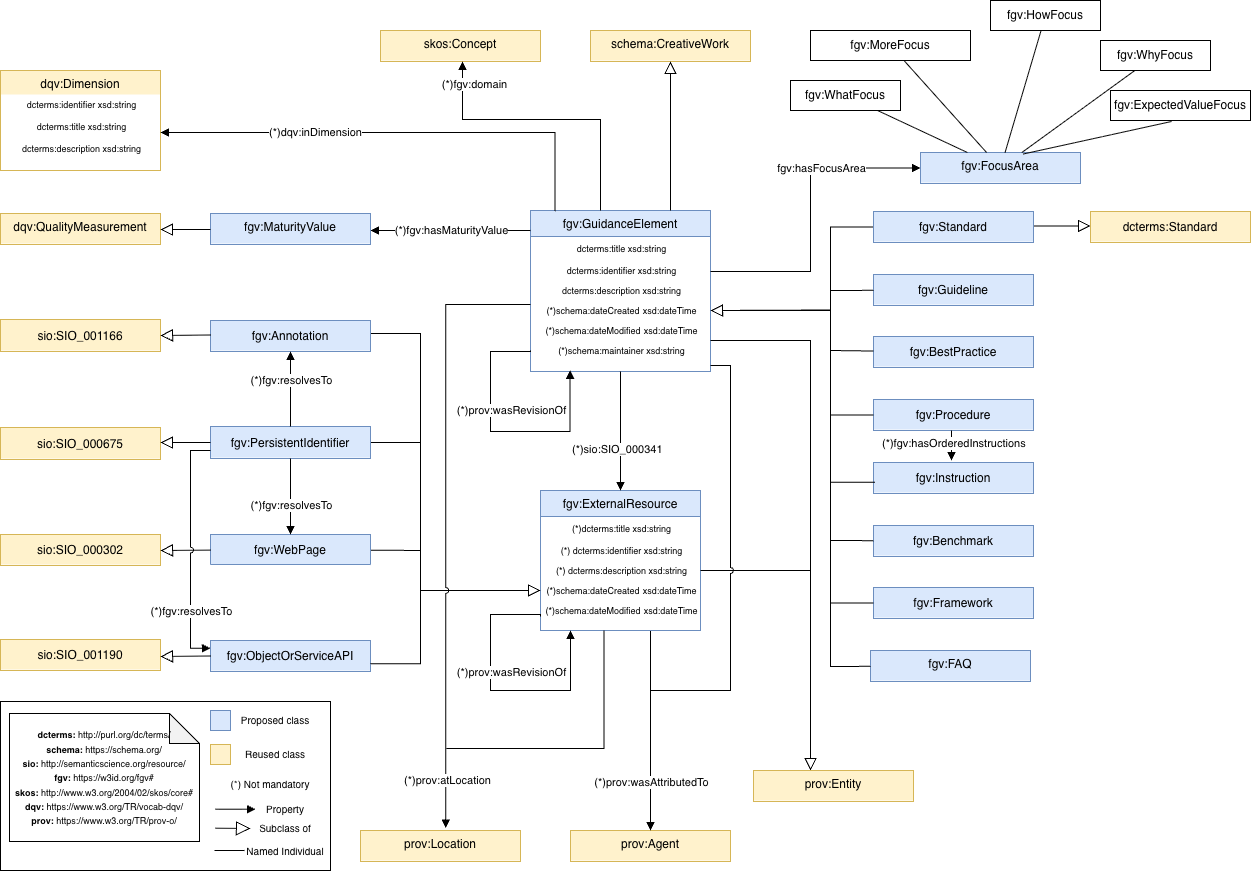
Before: development/img/fgv_class_v100.drawio.png, a diagram exported from draw.io (OSTrails/FAIR-Guidance-Vocabulary). Source tidied: cells renumbered, new cells last; positions are measured from the earlier drawing's top-left corner, leaving out a move shared by most shapes.
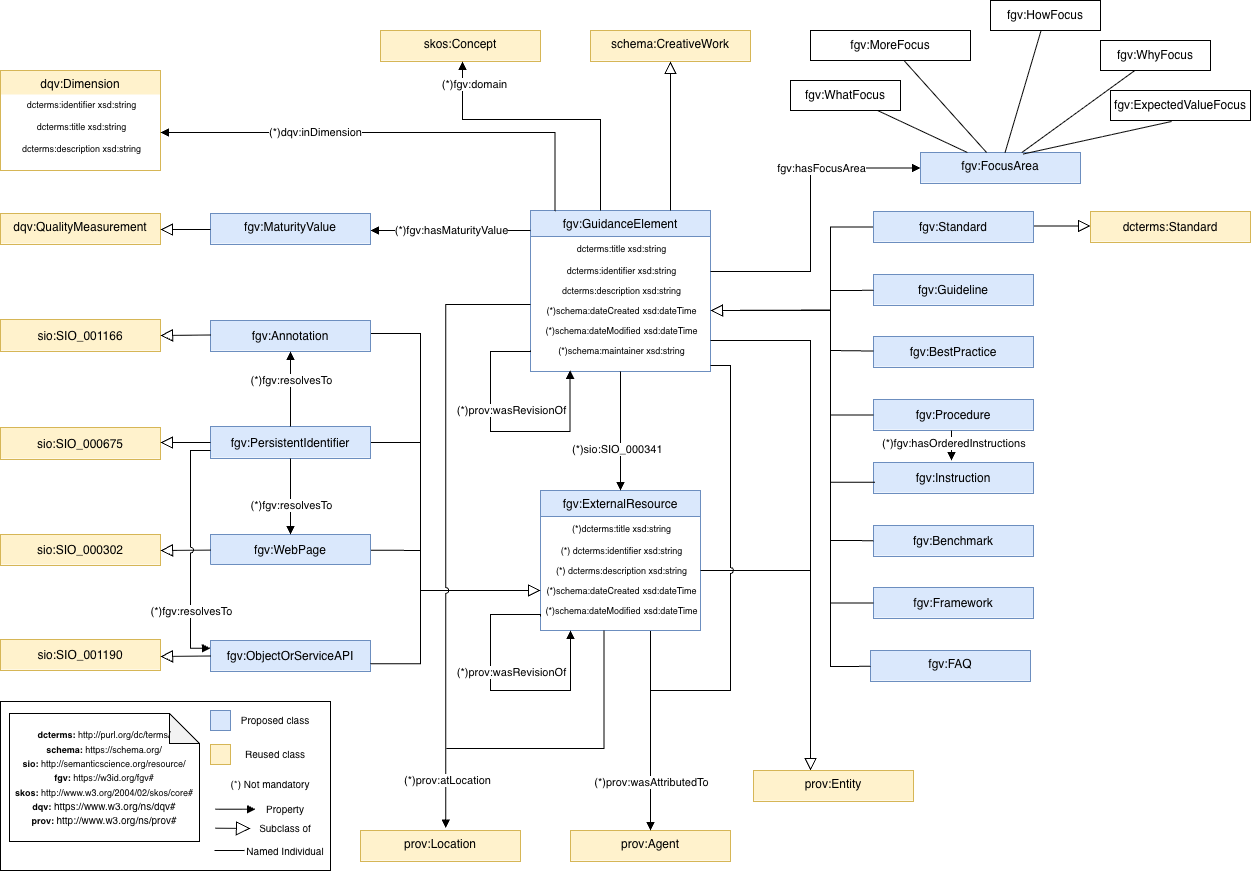
After the commit.

Diff of the diagram source:
```diff
@@ -284,7 +284,7 @@
     <mxCell id="62" style="rounded=0;whiteSpace=wrap;html=1;" parent="61" vertex="1">
       <mxGeometry width="330" height="169" as="geometry" />
     </mxCell>
-    <mxCell id="63" value="&lt;div&gt;&lt;font style=&quot;font-size: 9px;&quot;&gt;&lt;b&gt;&lt;font style=&quot;&quot;&gt;dcterms:&amp;nbsp;&lt;/font&gt;&lt;/b&gt;&lt;span style=&quot;background-color: transparent;&quot;&gt;http://purl.org/dc/terms/&lt;/span&gt;&lt;/font&gt;&lt;/div&gt;&lt;div&gt;&lt;font style=&quot;font-size: 9px;&quot;&gt;&lt;b style=&quot;&quot;&gt;&lt;font style=&quot;&quot;&gt;schema:&amp;nbsp;&lt;/font&gt;&lt;/b&gt;&lt;span style=&quot;background-color: transparent;&quot;&gt;https://schema.org/&lt;/span&gt;&lt;/font&gt;&lt;/div&gt;&lt;div&gt;&lt;b style=&quot;font-size: 9px;&quot;&gt;sio:&amp;nbsp;&lt;/b&gt;&lt;span style=&quot;font-size: 9px;&quot;&gt;http://semanticscience.org/resource/&lt;/span&gt;&lt;b&gt;&lt;font style=&quot;font-size: 9px;&quot;&gt;&lt;/font&gt;&lt;/b&gt;&lt;/div&gt;&lt;div&gt;&lt;b&gt;&lt;font style=&quot;font-size: 9px;&quot;&gt;fgv:&amp;nbsp;&lt;/font&gt;&lt;/b&gt;&lt;span style=&quot;background-color: transparent;&quot;&gt;&lt;font style=&quot;font-size: 9px;&quot;&gt;https://w3id.org/fgv#&lt;/font&gt;&lt;/span&gt;&lt;/div&gt;&lt;div&gt;&lt;b&gt;&lt;font style=&quot;font-size: 9px;&quot;&gt;skos:&amp;nbsp;&lt;/font&gt;&lt;/b&gt;&lt;span style=&quot;background-color: transparent;&quot;&gt;&lt;font style=&quot;font-size: 9px;&quot;&gt;http://www.w3.org/2004/02/skos/core#&lt;/font&gt;&lt;/span&gt;&lt;/div&gt;&lt;div&gt;&lt;span style=&quot;background-color: transparent;&quot;&gt;&lt;font style=&quot;font-size: 9px;&quot;&gt;&lt;b&gt;dqv:&lt;/b&gt;&amp;nbsp;&lt;/font&gt;&lt;/span&gt;&lt;span style=&quot;background-color: transparent;&quot;&gt;&lt;font style=&quot;font-size: 9px;&quot;&gt;https://www.w3.org/TR/vocab-dqv/&lt;/font&gt;&lt;/span&gt;&lt;/div&gt;&lt;div&gt;&lt;span style=&quot;background-color: transparent;&quot;&gt;&lt;font style=&quot;font-size: 9px;&quot;&gt;&lt;b&gt;prov:&lt;/b&gt;&amp;nbsp;&lt;/font&gt;&lt;/span&gt;&lt;span style=&quot;background-color: transparent;&quot;&gt;&lt;font style=&quot;font-size: 9px;&quot;&gt;https://www.w3.org/TR/prov-o/&lt;/font&gt;&lt;/span&gt;&lt;/div&gt;" style="shape=note;whiteSpace=wrap;html=1;backgroundOutline=1;darkOpacity=0.05;" parent="61" vertex="1">
+    <mxCell id="63" value="&lt;div&gt;&lt;font style=&quot;font-size: 9px;&quot;&gt;&lt;b&gt;&lt;font style=&quot;&quot;&gt;dcterms:&amp;nbsp;&lt;/font&gt;&lt;/b&gt;&lt;span style=&quot;background-color: transparent;&quot;&gt;http://purl.org/dc/terms/&lt;/span&gt;&lt;/font&gt;&lt;/div&gt;&lt;div&gt;&lt;font style=&quot;font-size: 9px;&quot;&gt;&lt;b style=&quot;&quot;&gt;&lt;font style=&quot;&quot;&gt;schema:&amp;nbsp;&lt;/font&gt;&lt;/b&gt;&lt;span style=&quot;background-color: transparent;&quot;&gt;https://schema.org/&lt;/span&gt;&lt;/font&gt;&lt;/div&gt;&lt;div&gt;&lt;b style=&quot;font-size: 9px;&quot;&gt;sio:&amp;nbsp;&lt;/b&gt;&lt;span style=&quot;font-size: 9px;&quot;&gt;http://semanticscience.org/resource/&lt;/span&gt;&lt;b&gt;&lt;font style=&quot;font-size: 9px;&quot;&gt;&lt;/font&gt;&lt;/b&gt;&lt;/div&gt;&lt;div&gt;&lt;b&gt;&lt;font style=&quot;font-size: 9px;&quot;&gt;fgv:&amp;nbsp;&lt;/font&gt;&lt;/b&gt;&lt;span style=&quot;background-color: transparent;&quot;&gt;&lt;font style=&quot;font-size: 9px;&quot;&gt;https://w3id.org/fgv#&lt;/font&gt;&lt;/span&gt;&lt;/div&gt;&lt;div&gt;&lt;b&gt;&lt;font style=&quot;font-size: 9px;&quot;&gt;skos:&amp;nbsp;&lt;/font&gt;&lt;/b&gt;&lt;span style=&quot;background-color: transparent;&quot;&gt;&lt;font style=&quot;font-size: 9px;&quot;&gt;http://www.w3.org/2004/02/skos/core#&lt;/font&gt;&lt;/span&gt;&lt;/div&gt;&lt;div&gt;&lt;span style=&quot;background-color: transparent;&quot;&gt;&lt;font style=&quot;font-size: 9px;&quot;&gt;&lt;b&gt;dqv:&lt;/b&gt;&amp;nbsp;&lt;/font&gt;&lt;/span&gt;&lt;span style=&quot;background-color: transparent;&quot;&gt;&lt;font size=&quot;1&quot;&gt;https://www.w3.org/ns/dqv#&lt;/font&gt;&lt;/span&gt;&lt;/div&gt;&lt;div&gt;&lt;span style=&quot;background-color: transparent;&quot;&gt;&lt;font style=&quot;font-size: 9px;&quot;&gt;&lt;b&gt;prov:&lt;/b&gt;&amp;nbsp;&lt;/font&gt;&lt;/span&gt;&lt;font size=&quot;1&quot;&gt;&lt;span style=&quot;white-space: normal;&quot;&gt;&lt;span style=&quot;background-color: transparent;&quot;&gt;http://www.w3.org/ns/prov#&lt;/span&gt;&lt;/span&gt;&lt;/font&gt;&lt;/div&gt;" style="shape=note;whiteSpace=wrap;html=1;backgroundOutline=1;darkOpacity=0.05;" parent="61" vertex="1">
       <mxGeometry x="9" y="12" width="190" height="128" as="geometry" />
     </mxCell>
     <mxCell id="64" style="rounded=0;whiteSpace=wrap;html=1;fillColor=#dae8fc;strokeColor=#6c8ebf;" parent="61" vertex="1">
```
